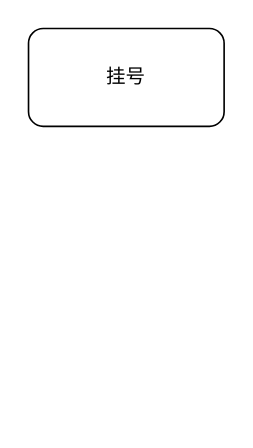
Above: page "挂号" (2 of 2) of Untitled Diagram.drawio in hooo/test (draw.io), before the change. Source tidied: cells renumbered, new cells numbered last; positions are measured from the earlier drawing's top-left corner, leaving out a move shared by most shapes. Both pictures are drawn from the tidied source at 163%, with x=0, y=0 at pixel (28, 28).
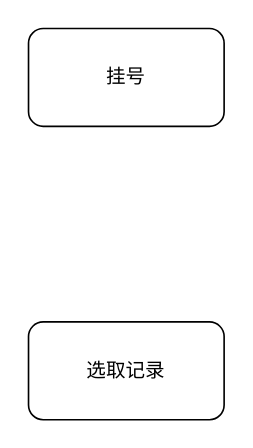
The same page after the edit.

Change to the diagram source:
```diff
@@
 <mxGraphModel>
   <root>
     <mxCell id="0" />
     <mxCell id="1" parent="0" />
     <mxCell id="2" value="挂号" style="rounded=1;whiteSpace=wrap;html=1;" parent="1" vertex="1">
       <mxGeometry width="120" height="60" as="geometry" />
     </mxCell>
+    <mxCell id="3" value="选取记录" style="rounded=1;whiteSpace=wrap;html=1;" parent="1" vertex="1">
+      <mxGeometry y="180" width="120" height="60" as="geometry" />
+    </mxCell>
   </root>
 </mxGraphModel>
```
